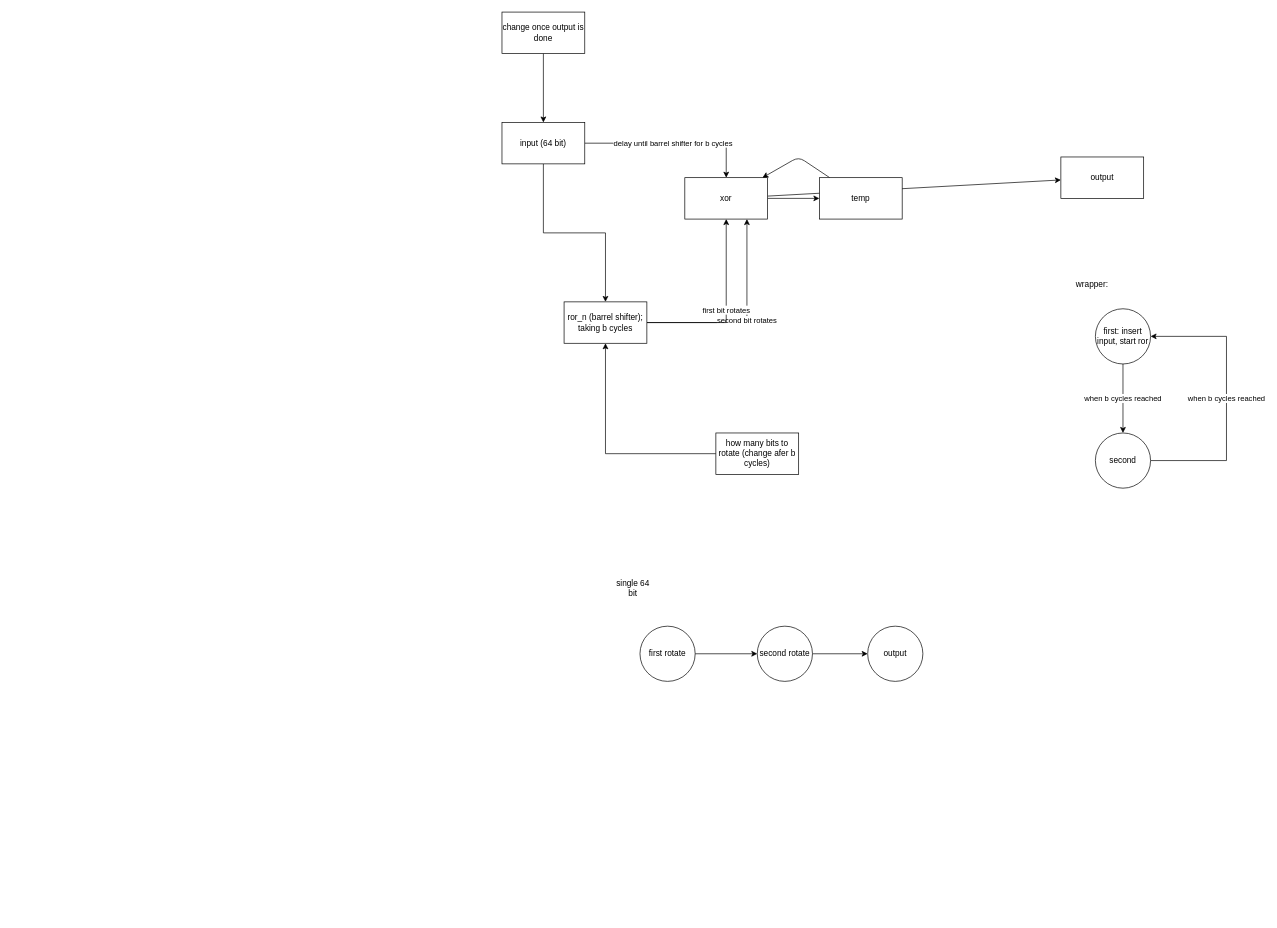
Before: crypto-chip/diffusion layer.drawio in Reconfigurable-Computing-CalPoly-Pomona/RECO_LWC_IP, a draw.io diagram. Source tidied: cells renumbered, new cells numbered last; positions are measured from the earlier drawing's top-left corner, leaving out a move shared by most shapes. Both pictures are drawn from the tidied source at 69%, with x=0, y=0 at pixel (502, 12).
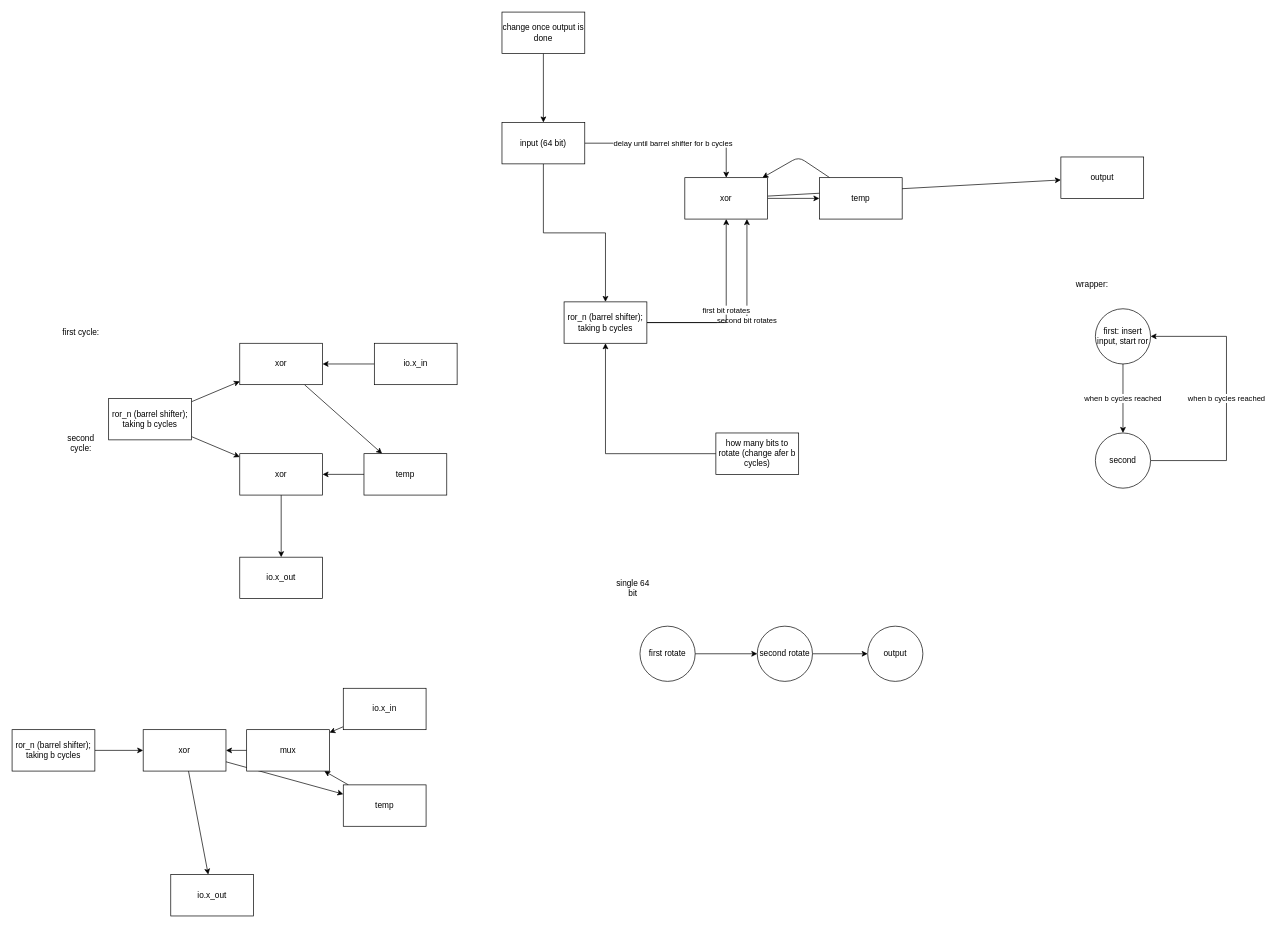
After the change.

Commit message (it also covers changes not shown here):
attempts at optimizing xor in diffusion layer single reduces layer by one cycle but doesn't infer only one xor (might not matter on fpga)

The change refers to these unchanged cells:
```xml
<mxCell id="4" value="input (64 bit)" style="rounded=0;whiteSpace=wrap;html=1;" parent="1" vertex="1">
  <mxGeometry y="160" width="120" height="60" as="geometry" />
</mxCell>
<mxCell id="10" value="ror_n (barrel shifter); taking b cycles" style="rounded=0;whiteSpace=wrap;html=1;" parent="1" vertex="1">
  <mxGeometry x="90" y="420" width="120" height="60" as="geometry" />
</mxCell>
```

The edit, as a diff of the source:
```diff
@@
     <mxCell id="2" style="edgeStyle=orthogonalEdgeStyle;rounded=0;jettySize=auto;html=1;" parent="1" edge="1" source="4" target="10">
-      <mxGeometry relative="1" as="geometry" />
+      <mxGeometry relative="1" as="geometry">
+        <Array as="points">
+          <mxPoint x="60" y="320" />
+          <mxPoint x="150" y="320" />
+        </Array>
+      </mxGeometry>
     </mxCell>
@@
+    <mxCell id="29" style="edgeStyle=none;html=1;" parent="1" edge="1" source="30" target="42">
+      <mxGeometry relative="1" as="geometry" />
+    </mxCell>
+    <mxCell id="30" value="xor" style="rounded=0;whiteSpace=wrap;html=1;" parent="1" vertex="1">
+      <mxGeometry x="-380" y="480" width="120" height="60" as="geometry" />
+    </mxCell>
+    <mxCell id="31" style="edgeStyle=none;html=1;" parent="1" edge="1" source="32" target="30">
+      <mxGeometry relative="1" as="geometry" />
+    </mxCell>
+    <mxCell id="32" value="io.x_in" style="rounded=0;whiteSpace=wrap;html=1;" parent="1" vertex="1">
+      <mxGeometry x="-185" y="480" width="120" height="60" as="geometry" />
+    </mxCell>
+    <mxCell id="33" style="edgeStyle=none;html=1;" parent="1" edge="1" source="35" target="30">
+      <mxGeometry relative="1" as="geometry" />
+    </mxCell>
+    <mxCell id="34" style="edgeStyle=none;html=1;" parent="1" edge="1" source="35" target="37">
+      <mxGeometry relative="1" as="geometry" />
+    </mxCell>
+    <mxCell id="35" value="ror_n (barrel shifter); taking b cycles" style="rounded=0;whiteSpace=wrap;html=1;" parent="1" vertex="1">
+      <mxGeometry x="-570" y="560" width="120" height="60" as="geometry" />
+    </mxCell>
+    <mxCell id="36" style="edgeStyle=none;html=1;" parent="1" edge="1" source="37" target="38">
+      <mxGeometry relative="1" as="geometry" />
+    </mxCell>
+    <mxCell id="37" value="xor" style="rounded=0;whiteSpace=wrap;html=1;" parent="1" vertex="1">
+      <mxGeometry x="-380" y="640" width="120" height="60" as="geometry" />
+    </mxCell>
+    <mxCell id="38" value="io.x_out" style="rounded=0;whiteSpace=wrap;html=1;" parent="1" vertex="1">
+      <mxGeometry x="-380" y="790" width="120" height="60" as="geometry" />
+    </mxCell>
+    <mxCell id="39" value="first cycle:" style="text;html=1;strokeColor=none;fillColor=none;align=center;verticalAlign=middle;whiteSpace=wrap;rounded=0;" parent="1" vertex="1">
+      <mxGeometry x="-640" y="450" width="60" height="30" as="geometry" />
+    </mxCell>
+    <mxCell id="40" value="second cycle:" style="text;html=1;strokeColor=none;fillColor=none;align=center;verticalAlign=middle;whiteSpace=wrap;rounded=0;" parent="1" vertex="1">
+      <mxGeometry x="-640" y="610" width="60" height="30" as="geometry" />
+    </mxCell>
+    <mxCell id="41" style="edgeStyle=none;html=1;" parent="1" edge="1" source="42" target="37">
+      <mxGeometry relative="1" as="geometry" />
+    </mxCell>
+    <mxCell id="42" value="temp" style="rounded=0;whiteSpace=wrap;html=1;" parent="1" vertex="1">
+      <mxGeometry x="-200" y="640" width="120" height="60" as="geometry" />
+    </mxCell>
+    <mxCell id="43" style="edgeStyle=none;html=1;" parent="1" edge="1" source="44" target="54">
+      <mxGeometry relative="1" as="geometry" />
+    </mxCell>
+    <mxCell id="44" value="io.x_in" style="rounded=0;whiteSpace=wrap;html=1;" parent="1" vertex="1">
+      <mxGeometry x="-230" y="980" width="120" height="60" as="geometry" />
+    </mxCell>
+    <mxCell id="45" style="edgeStyle=none;html=1;" parent="1" edge="1" source="46" target="49">
+      <mxGeometry relative="1" as="geometry" />
+    </mxCell>
+    <mxCell id="46" value="ror_n (barrel shifter); taking b cycles" style="rounded=0;whiteSpace=wrap;html=1;" parent="1" vertex="1">
+      <mxGeometry x="-710" y="1040" width="120" height="60" as="geometry" />
+    </mxCell>
+    <mxCell id="47" style="edgeStyle=none;html=1;" parent="1" edge="1" source="49" target="52">
+      <mxGeometry relative="1" as="geometry" />
+    </mxCell>
+    <mxCell id="48" style="edgeStyle=none;html=1;" parent="1" edge="1" source="49" target="50">
+      <mxGeometry relative="1" as="geometry" />
+    </mxCell>
+    <mxCell id="49" value="xor" style="rounded=0;whiteSpace=wrap;html=1;" parent="1" vertex="1">
+      <mxGeometry x="-520" y="1040" width="120" height="60" as="geometry" />
+    </mxCell>
+    <mxCell id="50" value="io.x_out" style="rounded=0;whiteSpace=wrap;html=1;" parent="1" vertex="1">
+      <mxGeometry x="-480" y="1250" width="120" height="60" as="geometry" />
+    </mxCell>
+    <mxCell id="51" style="edgeStyle=none;html=1;" parent="1" edge="1" source="52" target="54">
+      <mxGeometry relative="1" as="geometry" />
+    </mxCell>
+    <mxCell id="52" value="temp" style="rounded=0;whiteSpace=wrap;html=1;" parent="1" vertex="1">
+      <mxGeometry x="-230" y="1120" width="120" height="60" as="geometry" />
+    </mxCell>
+    <mxCell id="53" style="edgeStyle=none;html=1;" parent="1" edge="1" source="54" target="49">
+      <mxGeometry relative="1" as="geometry" />
+    </mxCell>
+    <mxCell id="54" value="mux" style="rounded=0;whiteSpace=wrap;html=1;" parent="1" vertex="1">
+      <mxGeometry x="-370" y="1040" width="120" height="60" as="geometry" />
+    </mxCell>
```
